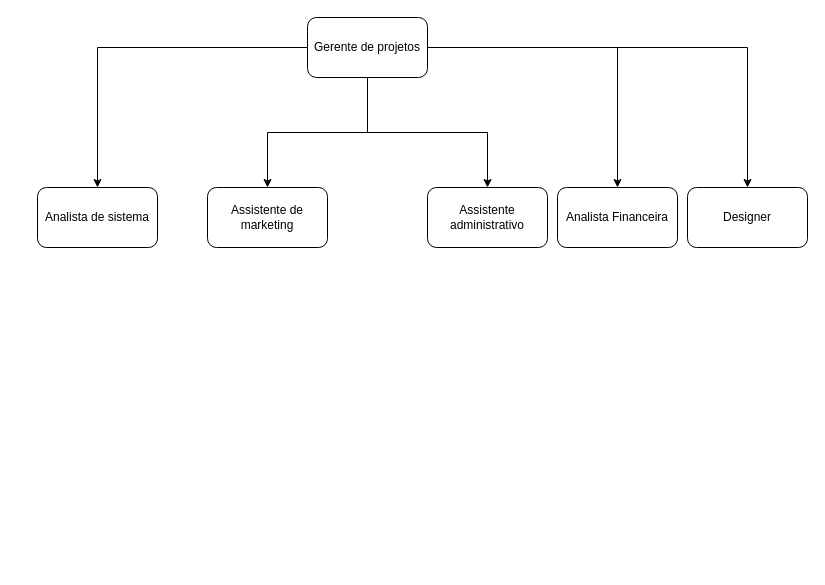
gusleaooliveira/bpmn keeps this draw.io diagram as Untitled Diagram.drawio. Above is the earlier version. Source tidied: cells renumbered, new cells numbered last; positions are measured from the earlier drawing's top-left corner, leaving out a move shared by most shapes. Both pictures are drawn from the tidied source at 100%, with x=0, y=0 at pixel (37, 17).
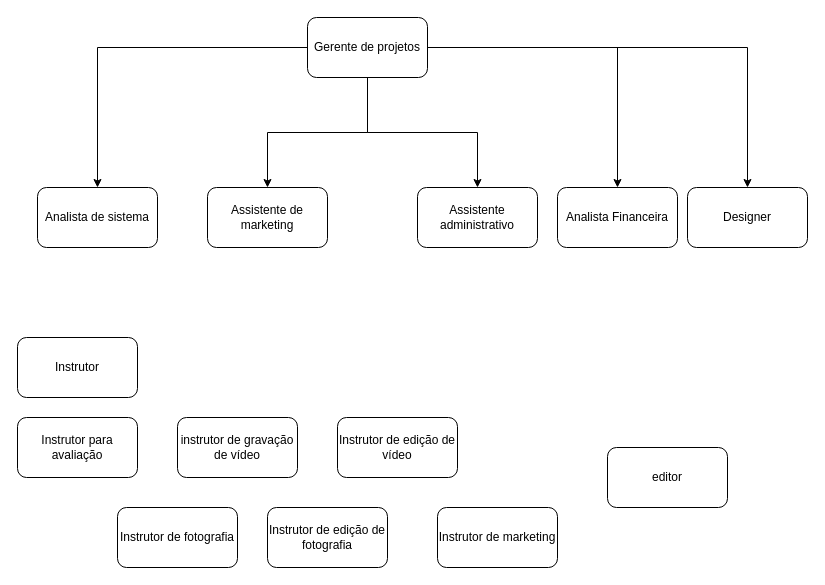
The same page after the edit.

Diff of the diagram source:
```diff
@@
     <mxCell id="10" value="Assistente administrativo" style="rounded=1;whiteSpace=wrap;html=1;" parent="1" vertex="1">
-      <mxGeometry x="390" y="170" width="120" height="60" as="geometry" />
+      <mxGeometry x="380" y="170" width="120" height="60" as="geometry" />
     </mxCell>
@@
+    <mxCell id="13" value="Instrutor" style="rounded=1;whiteSpace=wrap;html=1;" parent="1" vertex="1">
+      <mxGeometry x="-20" y="320" width="120" height="60" as="geometry" />
+    </mxCell>
+    <mxCell id="14" value="&lt;span style=&quot;font-family: &amp;#34;arial&amp;#34; ; text-align: left ; background-color: rgb(255 , 255 , 255)&quot;&gt;instrutor de gravação de vídeo&lt;br&gt;&lt;/span&gt;" style="rounded=1;whiteSpace=wrap;html=1;" parent="1" vertex="1">
+      <mxGeometry x="140" y="400" width="120" height="60" as="geometry" />
+    </mxCell>
+    <mxCell id="15" value="&lt;span style=&quot;font-family: &amp;#34;arial&amp;#34; ; text-align: left ; background-color: rgb(255 , 255 , 255)&quot;&gt;Instrutor de edição de vídeo&lt;br&gt;&lt;/span&gt;" style="rounded=1;whiteSpace=wrap;html=1;" parent="1" vertex="1">
+      <mxGeometry x="300" y="400" width="120" height="60" as="geometry" />
+    </mxCell>
+    <mxCell id="16" value="&lt;span style=&quot;font-family: &amp;#34;arial&amp;#34; ; text-align: left ; background-color: rgb(255 , 255 , 255)&quot;&gt;Instrutor de fotografia&lt;/span&gt;" style="rounded=1;whiteSpace=wrap;html=1;" parent="1" vertex="1">
+      <mxGeometry x="80" y="490" width="120" height="60" as="geometry" />
+    </mxCell>
+    <mxCell id="17" value="&lt;span style=&quot;font-family: &amp;#34;arial&amp;#34; ; text-align: left ; background-color: rgb(255 , 255 , 255)&quot;&gt;Instrutor de edição de fotografia&lt;/span&gt;" style="rounded=1;whiteSpace=wrap;html=1;" parent="1" vertex="1">
+      <mxGeometry x="230" y="490" width="120" height="60" as="geometry" />
+    </mxCell>
+    <mxCell id="18" value="&lt;span style=&quot;font-family: &amp;#34;arial&amp;#34; ; text-align: left ; background-color: rgb(255 , 255 , 255)&quot;&gt;Instrutor de marketing&lt;/span&gt;" style="rounded=1;whiteSpace=wrap;html=1;" parent="1" vertex="1">
+      <mxGeometry x="400" y="490" width="120" height="60" as="geometry" />
+    </mxCell>
+    <mxCell id="19" value="&lt;span style=&quot;font-family: &amp;#34;arial&amp;#34; ; text-align: left ; background-color: rgb(255 , 255 , 255)&quot;&gt;Instrutor para avaliação&lt;/span&gt;" style="rounded=1;whiteSpace=wrap;html=1;" parent="1" vertex="1">
+      <mxGeometry x="-20" y="400" width="120" height="60" as="geometry" />
+    </mxCell>
+    <mxCell id="20" value="&lt;span style=&quot;font-family: &amp;#34;arial&amp;#34; ; text-align: left ; background-color: rgb(255 , 255 , 255)&quot;&gt;editor&lt;/span&gt;" style="rounded=1;whiteSpace=wrap;html=1;" parent="1" vertex="1">
+      <mxGeometry x="570" y="430" width="120" height="60" as="geometry" />
+    </mxCell>
```
